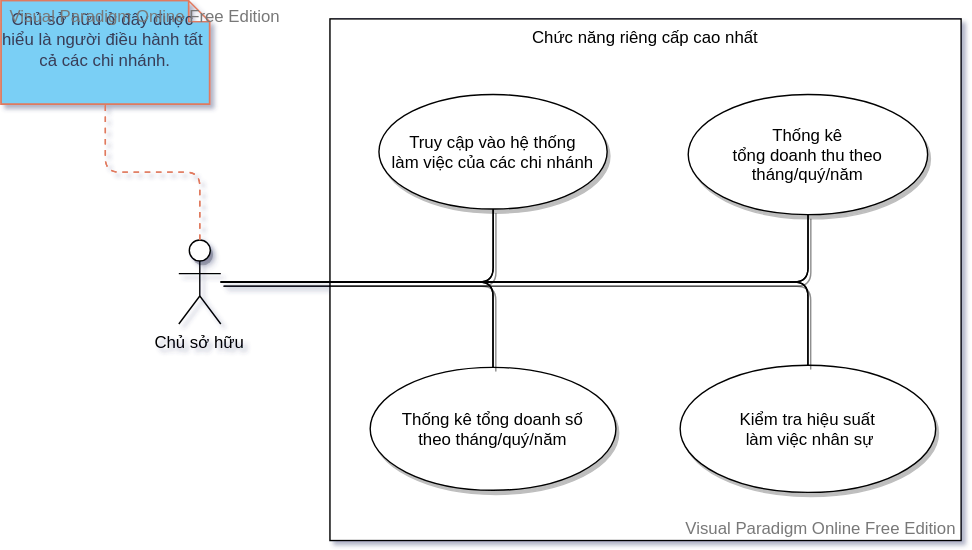
This is docs/usecase/master.svg from hphudev/coffeeshop-management, a draw.io export, as it was before one commit. Source tidied: cells renumbered, new cells last; positions are measured from the earlier drawing's top-left corner, leaving out a move shared by most shapes.
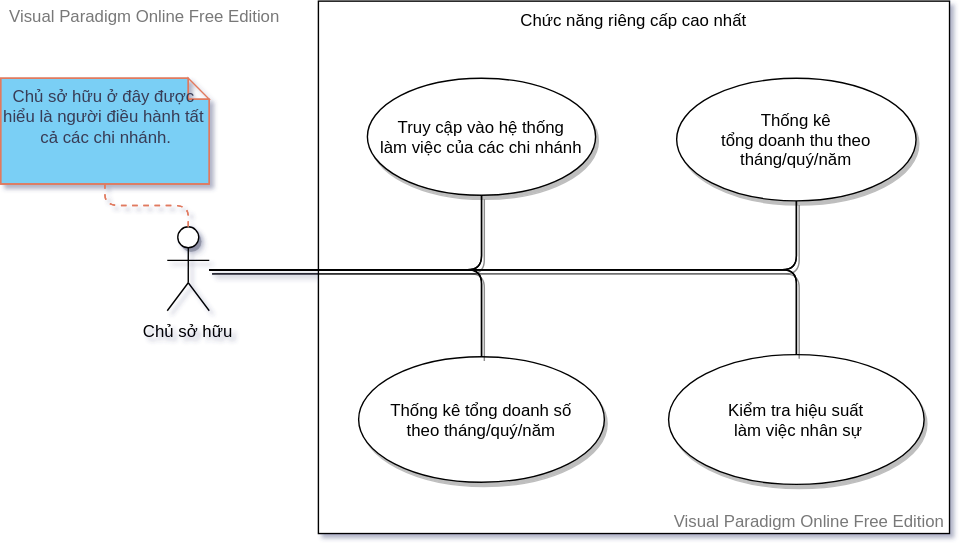
After the change.

Diff of the diagram source:
```diff
@@ -2,40 +2,40 @@
   <root>
     <mxCell id="0" />
     <mxCell id="1" parent="0" />
-    <mxCell id="2" value="Chủ sở hữu" style="shape=MJlnW;fillColor=#ffffff;verticalLabelPosition=bottom;verticalAlign=top;shadow=1;strokeColor=#000000;" parent="1" vertex="1">
-      <mxGeometry x="127" y="171" width="30" height="60" as="geometry" />
+    <mxCell id="2" value="Chủ sở hữu" style="shape=gdT6z;fillColor=#ffffff;verticalLabelPosition=bottom;verticalAlign=top;shadow=1;strokeColor=#000000;" parent="1" vertex="1">
+      <mxGeometry x="135" y="186.6" width="30" height="61.2" as="geometry" />
     </mxCell>
-    <mxCell id="3" value="Chức năng riêng cấp cao nhất" style="shape=z6CloG;fillColor=#ffffff;verticalAlign=top;labelBackgroundColor=none;strokeColor=#000000;" parent="1" vertex="1">
-      <mxGeometry x="235" y="13" width="451" height="372.8" as="geometry" />
+    <mxCell id="3" value="Chức năng riêng cấp cao nhất" style="shape=AYMTof;fillColor=#ffffff;verticalAlign=top;labelBackgroundColor=none;strokeColor=#000000;" parent="1" vertex="1">
+      <mxGeometry x="243" y="25.3" width="451" height="380.5" as="geometry" />
     </mxCell>
-    <mxCell id="4" value="Kiểm tra hiệu suất&#10; làm việc nhân sự" style="shape=5Co9kCo;fillColor=#ffffff;shadow=1;strokeColor=#000000;" parent="3" vertex="1">
-      <mxGeometry x="250.2" y="247.5" width="182.6" height="90.8" as="geometry" />
+    <mxCell id="4" value="Kiểm tra hiệu suất&#10; làm việc nhân sự" style="shape=CMoQDMo;fillColor=#ffffff;shadow=1;strokeColor=#000000;" parent="3" vertex="1">
+      <mxGeometry x="250.2" y="252.6" width="182.6" height="92.7" as="geometry" />
     </mxCell>
-    <mxCell id="5" value="Truy cập vào hệ thống &#10;làm việc của các chi nhánh" style="shape=5Co9kCo;fillColor=#ffffff;shadow=1;strokeColor=#000000;" parent="1" vertex="1">
-      <mxGeometry x="270" y="67" width="163.1" height="81.9" as="geometry" />
+    <mxCell id="5" value="Truy cập vào hệ thống &#10;làm việc của các chi nhánh" style="shape=CMoQDMo;fillColor=#ffffff;shadow=1;strokeColor=#000000;" parent="1" vertex="1">
+      <mxGeometry x="278" y="80.4" width="163.1" height="83.6" as="geometry" />
     </mxCell>
-    <mxCell id="6" style="shape=MCCnJtkltnN;edgeStyle=orthogonalEdgeStyle;shadow=1;fontColor=#393C56;fillColor=#ffffff;labelBackgroundColor=#F4F1DE;strokeColor=#000000;" parent="1" edge="1" source="2" target="5">
+    <mxCell id="6" style="shape=gMM6dJDTJ6F;edgeStyle=orthogonalEdgeStyle;shadow=1;fontColor=#393C56;fillColor=#ffffff;labelBackgroundColor=#F4F1DE;strokeColor=#000000;" parent="1" edge="1" source="2" target="5">
       <mxGeometry relative="1" as="geometry" />
     </mxCell>
-    <mxCell id="7" value="Thống kê tổng doanh số &#10;theo tháng/quý/năm" style="shape=5Co9kCo;fillColor=#ffffff;shadow=1;strokeColor=#000000;" parent="1" vertex="1">
-      <mxGeometry x="263.7" y="262" width="175.6" height="87.8" as="geometry" />
+    <mxCell id="7" value="Thống kê tổng doanh số &#10;theo tháng/quý/năm" style="shape=CMoQDMo;fillColor=#ffffff;shadow=1;strokeColor=#000000;" parent="1" vertex="1">
+      <mxGeometry x="271.8" y="279.5" width="175.6" height="89.6" as="geometry" />
     </mxCell>
-    <mxCell id="8" style="shape=MCCnJtkltnN;edgeStyle=orthogonalEdgeStyle;shadow=1;fontColor=#393C56;fillColor=#ffffff;labelBackgroundColor=#F4F1DE;strokeColor=#000000;" parent="1" edge="1" source="2" target="7">
+    <mxCell id="8" style="shape=gMM6dJDTJ6F;edgeStyle=orthogonalEdgeStyle;shadow=1;fontColor=#393C56;fillColor=#ffffff;labelBackgroundColor=#F4F1DE;strokeColor=#000000;" parent="1" edge="1" source="2" target="7">
       <mxGeometry relative="1" as="geometry" />
     </mxCell>
-    <mxCell id="9" style="shape=MCCnJtkltnN;edgeStyle=orthogonalEdgeStyle;shadow=1;fontColor=#393C56;fillColor=#ffffff;labelBackgroundColor=#F4F1DE;strokeColor=#000000;" parent="1" edge="1" source="2" target="4">
+    <mxCell id="9" style="shape=gMM6dJDTJ6F;edgeStyle=orthogonalEdgeStyle;shadow=1;fontColor=#393C56;fillColor=#ffffff;labelBackgroundColor=#F4F1DE;strokeColor=#000000;" parent="1" edge="1" source="2" target="4">
       <mxGeometry relative="1" as="geometry" />
     </mxCell>
-    <mxCell id="10" value="Thống kê &#10;tổng doanh thu theo &#10;tháng/quý/năm" style="shape=5Co9kCo;fillColor=#ffffff;shadow=1;strokeColor=#000000;" parent="1" vertex="1">
-      <mxGeometry x="491" y="67" width="171.1" height="85.9" as="geometry" />
+    <mxCell id="10" value="Thống kê &#10;tổng doanh thu theo &#10;tháng/quý/năm" style="shape=CMoQDMo;fillColor=#ffffff;shadow=1;strokeColor=#000000;" parent="1" vertex="1">
+      <mxGeometry x="499" y="80.4" width="171.1" height="87.7" as="geometry" />
     </mxCell>
-    <mxCell id="11" style="shape=MCCnJtkltnN;edgeStyle=orthogonalEdgeStyle;shadow=1;fontColor=#393C56;fillColor=#ffffff;labelBackgroundColor=#F4F1DE;strokeColor=#000000;" parent="1" edge="1" source="2" target="10">
+    <mxCell id="11" style="shape=gMM6dJDTJ6F;edgeStyle=orthogonalEdgeStyle;shadow=1;fontColor=#393C56;fillColor=#ffffff;labelBackgroundColor=#F4F1DE;strokeColor=#000000;" parent="1" edge="1" source="2" target="10">
       <mxGeometry relative="1" as="geometry" />
     </mxCell>
-    <mxCell id="12" value="Chủ sở hữu ở đây được&amp;nbsp;&lt;br&gt;hiểu là người điều hành tất&amp;nbsp;&lt;br&gt;cả các chi nhánh." style="shape=xnlo;fillColor=#7ACFF5;html=1;align=center;verticalAlign=top;rounded=0;sketch=0;strokeColor=#E07A5F;fontColor=#393c56;fontStyle=0;" parent="1" vertex="1">
-      <mxGeometry width="149" height="74" as="geometry" />
+    <mxCell id="12" value="Chủ sở hữu ở đây được&amp;nbsp;&lt;br&gt;hiểu là người điều hành tất&amp;nbsp;&lt;br&gt;cả các chi nhánh." style="shape=k6To;fillColor=#7ACFF5;html=1;align=center;verticalAlign=top;rounded=0;sketch=0;strokeColor=#E07A5F;fontColor=#393c56;fontStyle=0;" parent="1" vertex="1">
+      <mxGeometry x="16" y="80.4" width="149" height="75.6" as="geometry" />
     </mxCell>
-    <mxCell id="13" style="shape=MNJanW;edgeStyle=orthogonalEdgeStyle;strokeColor=#E07A5F;fillColor=#F2CC8F;fontColor=#393C56;" parent="1" edge="1" source="2" target="12">
+    <mxCell id="13" style="shape=gFdK6z;edgeStyle=orthogonalEdgeStyle;strokeColor=#E07A5F;fillColor=#F2CC8F;fontColor=#393C56;" parent="1" edge="1" source="2" target="12">
       <mxGeometry relative="1" as="geometry" />
     </mxCell>
   </root>
```
